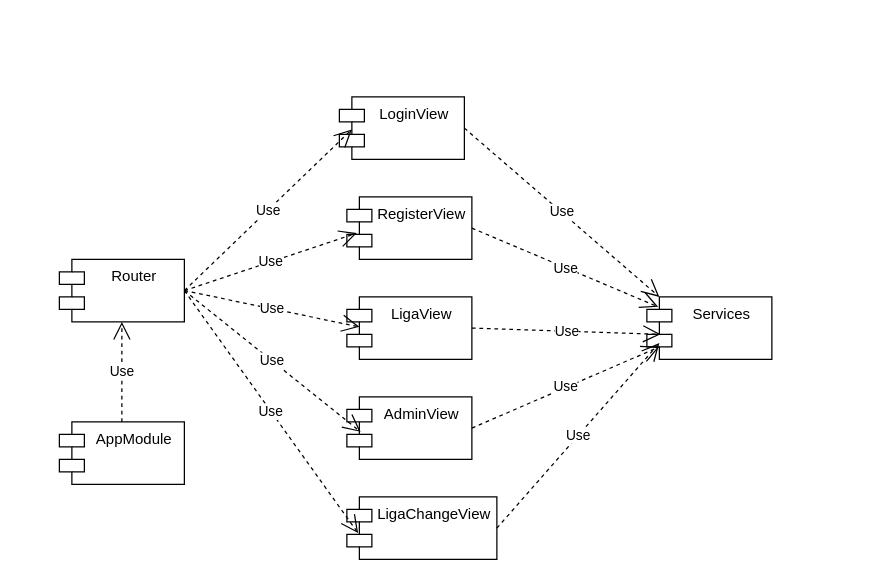
Before: FrontendModule.drawio in alexgrebe/Kicktipp_project, a draw.io diagram. Source tidied: cells renumbered, new cells numbered last; positions are measured from the earlier drawing's top-left corner, leaving out a move shared by most shapes. Both pictures are drawn from the tidied source at 125%, with x=0, y=0 at pixel (59, 96).
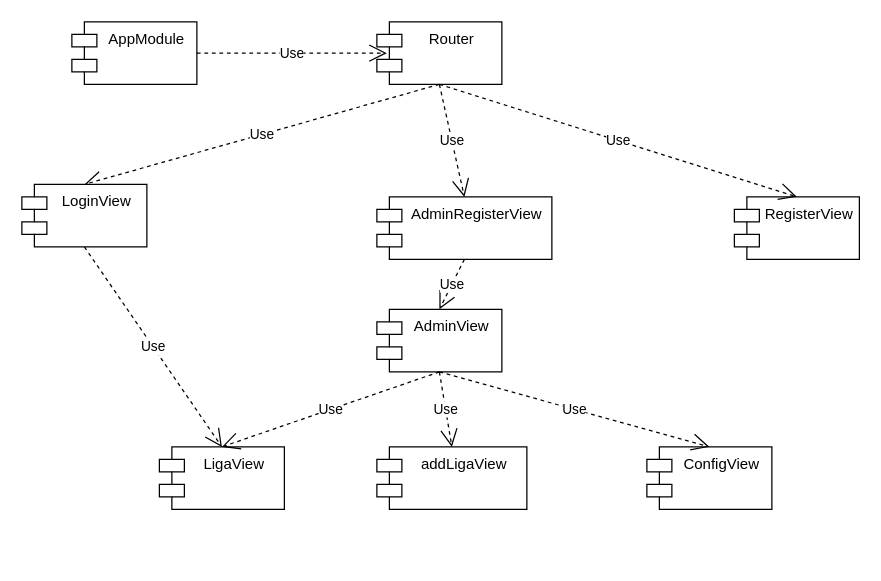
The same diagram, later.

What changed in the source:
```diff
@@
     <mxCell id="2" value="Router" style="shape=module;align=left;spacingLeft=20;align=center;verticalAlign=top;" parent="1" vertex="1">
-      <mxGeometry y="130" width="100" height="50" as="geometry" />
+      <mxGeometry x="254" y="-60" width="100" height="50" as="geometry" />
     </mxCell>
-    <mxCell id="3" value="LoginView" style="shape=module;align=left;spacingLeft=20;align=center;verticalAlign=top;" parent="1" vertex="1">
-      <mxGeometry x="224" width="100" height="50" as="geometry" />
-    </mxCell>
     <mxCell id="4" value="RegisterView" style="shape=module;align=left;spacingLeft=20;align=center;verticalAlign=top;" parent="1" vertex="1">
-      <mxGeometry x="230" y="80" width="100" height="50" as="geometry" />
+      <mxGeometry x="540" y="80" width="100" height="50" as="geometry" />
     </mxCell>
-    <mxCell id="5" value="LigaView" style="shape=module;align=left;spacingLeft=20;align=center;verticalAlign=top;" parent="1" vertex="1">
-      <mxGeometry x="230" y="160" width="100" height="50" as="geometry" />
+    <mxCell id="5" value="LigaView" style="shape=module;align=left;spacingLeft=20;align=center;verticalAlign=top;direction=east;" parent="1" vertex="1">
+      <mxGeometry x="80" y="280" width="100" height="50" as="geometry" />
     </mxCell>
     <mxCell id="6" value="AdminView" style="shape=module;align=left;spacingLeft=20;align=center;verticalAlign=top;" parent="1" vertex="1">
-      <mxGeometry x="230" y="240" width="100" height="50" as="geometry" />
+      <mxGeometry x="254" y="170" width="100" height="50" as="geometry" />
     </mxCell>
-    <mxCell id="7" value="LigaChangeView" style="shape=module;align=left;spacingLeft=20;align=center;verticalAlign=top;" parent="1" vertex="1">
-      <mxGeometry x="230" y="320" width="120" height="50" as="geometry" />
+    <mxCell id="7" value="ConfigView" style="shape=module;align=left;spacingLeft=20;align=center;verticalAlign=top;" parent="1" vertex="1">
+      <mxGeometry x="470" y="280" width="100" height="50" as="geometry" />
     </mxCell>
-    <mxCell id="8" value="Services" style="shape=module;align=left;spacingLeft=20;align=center;verticalAlign=top;" parent="1" vertex="1">
-      <mxGeometry x="470" y="160" width="100" height="50" as="geometry" />
-    </mxCell>
-    <mxCell id="9" value="Use" style="endArrow=open;endSize=12;dashed=1;html=1;rounded=0;exitX=1;exitY=0.5;exitDx=0;exitDy=0;entryX=0.1;entryY=0.52;entryDx=0;entryDy=0;entryPerimeter=0;" parent="1" edge="1" source="2" target="3">
+    <mxCell id="9" value="Use" style="endArrow=open;endSize=12;dashed=1;html=1;rounded=0;exitX=0.5;exitY=1;exitDx=0;exitDy=0;entryX=0.5;entryY=0;entryDx=0;entryDy=0;" parent="1" edge="1" source="2" target="3">
       <mxGeometry relative="1" as="geometry" />
     </mxCell>
-    <mxCell id="10" value="Use" style="endArrow=open;endSize=12;dashed=1;html=1;rounded=0;exitX=1;exitY=0.5;exitDx=0;exitDy=0;entryX=0.08;entryY=0.58;entryDx=0;entryDy=0;entryPerimeter=0;" parent="1" edge="1" source="2" target="4">
+    <mxCell id="10" value="Use" style="endArrow=open;endSize=12;dashed=1;html=1;rounded=0;entryX=0.5;entryY=0;entryDx=0;entryDy=0;exitX=0.5;exitY=1;exitDx=0;exitDy=0;" parent="1" edge="1" source="2" target="4">
       <mxGeometry relative="1" as="geometry" />
     </mxCell>
-    <mxCell id="11" value="Use" style="endArrow=open;endSize=12;dashed=1;html=1;rounded=0;exitX=1;exitY=0.5;exitDx=0;exitDy=0;entryX=0.1;entryY=0.48;entryDx=0;entryDy=0;entryPerimeter=0;" parent="1" edge="1" source="2" target="5">
+    <mxCell id="11" value="Use" style="endArrow=open;endSize=12;dashed=1;html=1;rounded=0;exitX=0.5;exitY=1;exitDx=0;exitDy=0;entryX=0.5;entryY=0;entryDx=0;entryDy=0;startArrow=none;" parent="1" edge="1" source="3" target="5">
       <mxGeometry relative="1" as="geometry" />
     </mxCell>
-    <mxCell id="12" value="Use" style="endArrow=open;endSize=12;dashed=1;html=1;rounded=0;exitX=1;exitY=0.5;exitDx=0;exitDy=0;entryX=0.11;entryY=0.56;entryDx=0;entryDy=0;entryPerimeter=0;" parent="1" edge="1" source="2" target="6">
+    <mxCell id="12" value="Use" style="endArrow=open;endSize=12;dashed=1;html=1;rounded=0;exitX=0.5;exitY=1;exitDx=0;exitDy=0;entryX=0.5;entryY=0;entryDx=0;entryDy=0;" parent="1" edge="1" source="21" target="6">
       <mxGeometry relative="1" as="geometry" />
     </mxCell>
-    <mxCell id="13" value="Use" style="endArrow=open;endSize=12;dashed=1;html=1;rounded=0;exitX=1;exitY=0.5;exitDx=0;exitDy=0;entryX=0.075;entryY=0.58;entryDx=0;entryDy=0;entryPerimeter=0;" parent="1" edge="1" source="2" target="7">
+    <mxCell id="13" value="Use" style="endArrow=open;endSize=12;dashed=1;html=1;rounded=0;exitX=0.5;exitY=1;exitDx=0;exitDy=0;entryX=0.5;entryY=0;entryDx=0;entryDy=0;" parent="1" edge="1" source="6" target="7">
       <mxGeometry relative="1" as="geometry" />
     </mxCell>
     <mxCell id="14" value="AppModule&#10;" style="shape=module;align=left;spacingLeft=20;align=center;verticalAlign=top;" parent="1" vertex="1">
-      <mxGeometry y="260" width="100" height="50" as="geometry" />
+      <mxGeometry x="10" y="-60" width="100" height="50" as="geometry" />
     </mxCell>
-    <mxCell id="15" value="Use" style="endArrow=open;endSize=12;dashed=1;html=1;rounded=0;exitX=0.5;exitY=0;exitDx=0;exitDy=0;entryX=0.5;entryY=1;entryDx=0;entryDy=0;" parent="1" edge="1" source="14" target="2">
+    <mxCell id="15" value="Use" style="endArrow=open;endSize=12;dashed=1;html=1;rounded=0;exitX=1;exitY=0.5;exitDx=0;exitDy=0;entryX=0.08;entryY=0.5;entryDx=0;entryDy=0;entryPerimeter=0;" parent="1" edge="1" source="14" target="2">
       <mxGeometry relative="1" as="geometry" />
     </mxCell>
-    <mxCell id="16" value="Use" style="endArrow=open;endSize=12;dashed=1;html=1;rounded=0;exitX=1;exitY=0.5;exitDx=0;exitDy=0;entryX=0;entryY=0;entryDx=10;entryDy=0;entryPerimeter=0;" parent="1" edge="1" source="3" target="8">
-      <mxGeometry relative="1" as="geometry" />
-    </mxCell>
-    <mxCell id="17" value="Use" style="endArrow=open;endSize=12;dashed=1;html=1;rounded=0;exitX=1;exitY=0.5;exitDx=0;exitDy=0;entryX=0.09;entryY=0.16;entryDx=0;entryDy=0;entryPerimeter=0;" parent="1" edge="1" source="4" target="8">
-      <mxGeometry relative="1" as="geometry" />
-    </mxCell>
-    <mxCell id="18" value="Use" style="endArrow=open;endSize=12;dashed=1;html=1;rounded=0;exitX=1;exitY=0.5;exitDx=0;exitDy=0;entryX=0.11;entryY=0.6;entryDx=0;entryDy=0;entryPerimeter=0;" parent="1" edge="1" source="5" target="8">
-      <mxGeometry relative="1" as="geometry" />
-    </mxCell>
-    <mxCell id="19" value="Use" style="endArrow=open;endSize=12;dashed=1;html=1;rounded=0;exitX=1;exitY=0.5;exitDx=0;exitDy=0;" parent="1" edge="1" source="6">
-      <mxGeometry relative="1" as="geometry">
-        <mxPoint x="480" y="200" as="targetPoint" />
-      </mxGeometry>
-    </mxCell>
-    <mxCell id="20" value="Use" style="endArrow=open;endSize=12;dashed=1;html=1;rounded=0;exitX=1;exitY=0.5;exitDx=0;exitDy=0;entryX=0.1;entryY=0.74;entryDx=0;entryDy=0;entryPerimeter=0;" parent="1" edge="1" source="7" target="8">
-      <mxGeometry relative="1" as="geometry" />
-    </mxCell>
+    <mxCell id="21" value="AdminRegisterView" style="shape=module;align=left;spacingLeft=20;align=center;verticalAlign=top;" parent="1" vertex="1">
+      <mxGeometry x="254" y="80" width="140" height="50" as="geometry" />
+    </mxCell>
+    <mxCell id="22" value="Use" style="endArrow=open;endSize=12;dashed=1;html=1;rounded=0;entryX=0.5;entryY=0;entryDx=0;entryDy=0;exitX=0.5;exitY=1;exitDx=0;exitDy=0;" parent="1" edge="1" source="2" target="21">
+      <mxGeometry relative="1" as="geometry" />
+    </mxCell>
+    <mxCell id="23" value="addLigaView" style="shape=module;align=left;spacingLeft=20;align=center;verticalAlign=top;" parent="1" vertex="1">
+      <mxGeometry x="254" y="280" width="120" height="50" as="geometry" />
+    </mxCell>
+    <mxCell id="24" value="Use" style="endArrow=open;endSize=12;dashed=1;html=1;rounded=0;exitX=0.5;exitY=1;exitDx=0;exitDy=0;entryX=0.5;entryY=0;entryDx=0;entryDy=0;" parent="1" edge="1" source="6" target="23">
+      <mxGeometry relative="1" as="geometry" />
+    </mxCell>
+    <mxCell id="3" value="LoginView" style="shape=module;align=left;spacingLeft=20;align=center;verticalAlign=top;" parent="1" vertex="1">
+      <mxGeometry x="-30" y="70" width="100" height="50" as="geometry" />
+    </mxCell>
+    <mxCell id="25" value="Use" style="endArrow=open;endSize=12;dashed=1;html=1;rounded=0;exitX=0.5;exitY=1;exitDx=0;exitDy=0;entryX=0.5;entryY=0;entryDx=0;entryDy=0;" parent="1" edge="1" source="6" target="5">
+      <mxGeometry relative="1" as="geometry" />
+    </mxCell>
```
